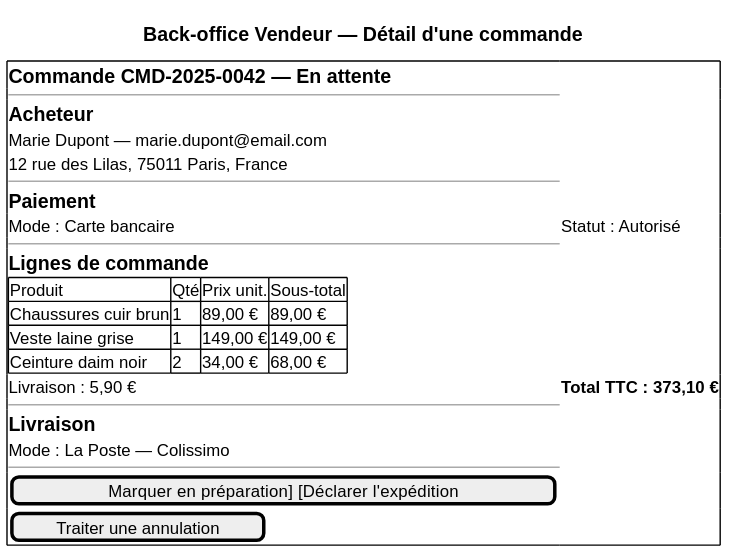
Earlier version of the PlantUML export architecture/04-physical-architecture/diagrams/ihm-bov-detail-commande.svg (louistalvande/online_shop).
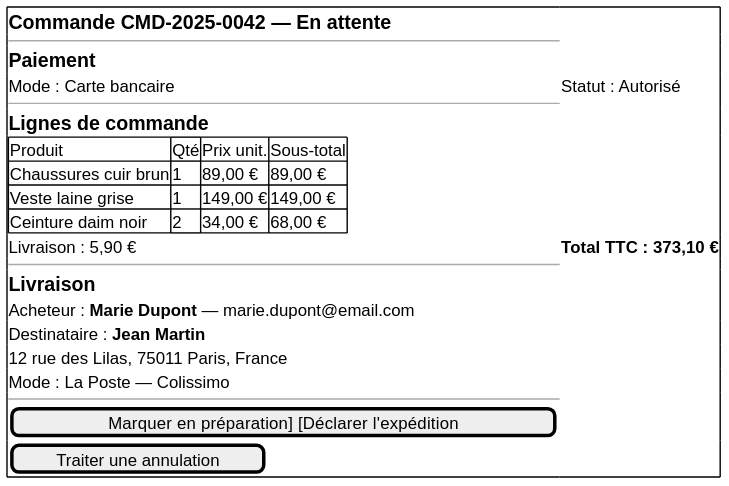
The same file after the commit.

Diff of the diagram source:
```diff
@@ -1,12 +1,8 @@
-@startsalt
-title Back-office Vendeur — Détail d'une commande
+@startuml
+salt
 
 {+
   == Commande CMD-2025-0042 — En attente
-  --
-  == Acheteur
-  Marie Dupont — marie.dupont@email.com
-  12 rue des Lilas, 75011 Paris, France
   --
   == Paiement
   Mode : Carte bancaire | Statut : Autorisé
@@ -21,9 +17,12 @@
   Livraison : 5,90 €  |  **Total TTC : 373,10 €**
   --
   == Livraison
+  Acheteur : **Marie Dupont** — marie.dupont@email.com
+  Destinataire : **Jean Martin**
+  12 rue des Lilas, 75011 Paris, France
   Mode : La Poste — Colissimo
   --
   [Marquer en préparation]   [Déclarer l'expédition]
   [Traiter une annulation]
 }
-@endsalt
+@enduml
```
